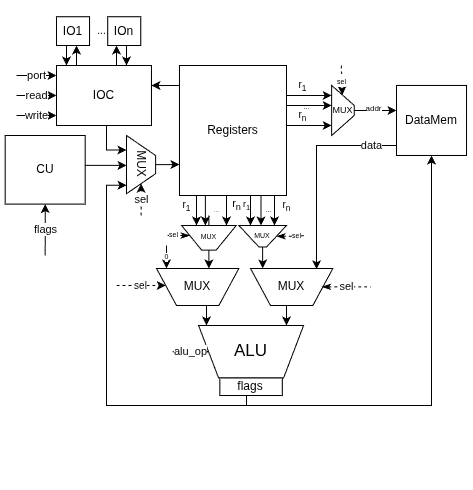
Above: docs/schemas/DP-csa-lab4.png in awesoma31/csa-lab4 (draw.io), before the change. Source tidied: cells renumbered, new cells last; positions are measured from the earlier drawing's top-left corner, leaving out a move shared by most shapes.
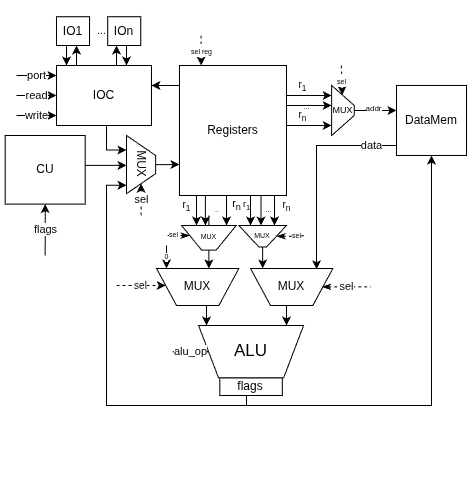
Above is the later version.

What changed in the source:
```diff
@@ -385,5 +385,11 @@
         </Array>
       </mxGeometry>
     </mxCell>
+    <mxCell id="70" value="&lt;font style=&quot;font-size: 7px;&quot;&gt;sel reg&lt;/font&gt;" style="endArrow=classic;html=1;rounded=0;dashed=1;" parent="1" edge="1">
+      <mxGeometry relative="1" as="geometry">
+        <mxPoint x="195.6" y="30" as="sourcePoint" />
+        <mxPoint x="195.6" y="60" as="targetPoint" />
+      </mxGeometry>
+    </mxCell>
   </root>
 </mxGraphModel>
```
